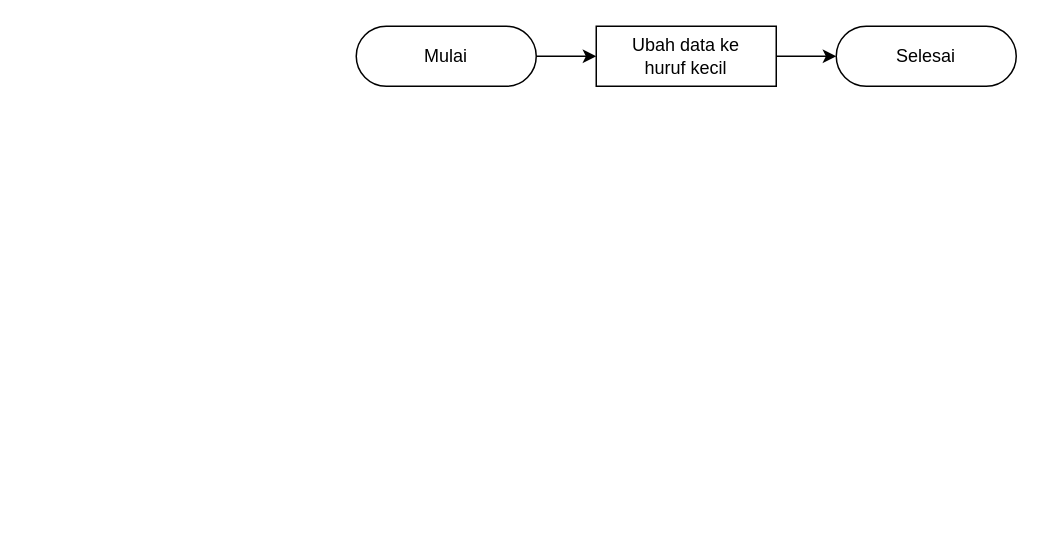
mksyfla/analysis-sentiment-using-svm keeps this draw.io diagram as page "Case Folding" (4 of 9) of Untitled Diagram.drawio. Above is the earlier version. Source tidied: cells renumbered, new cells numbered last; positions are measured from the earlier drawing's top-left corner, leaving out a move shared by most shapes. Both pictures are drawn from the tidied source at 150%, with x=0, y=0 at pixel (356, 26).
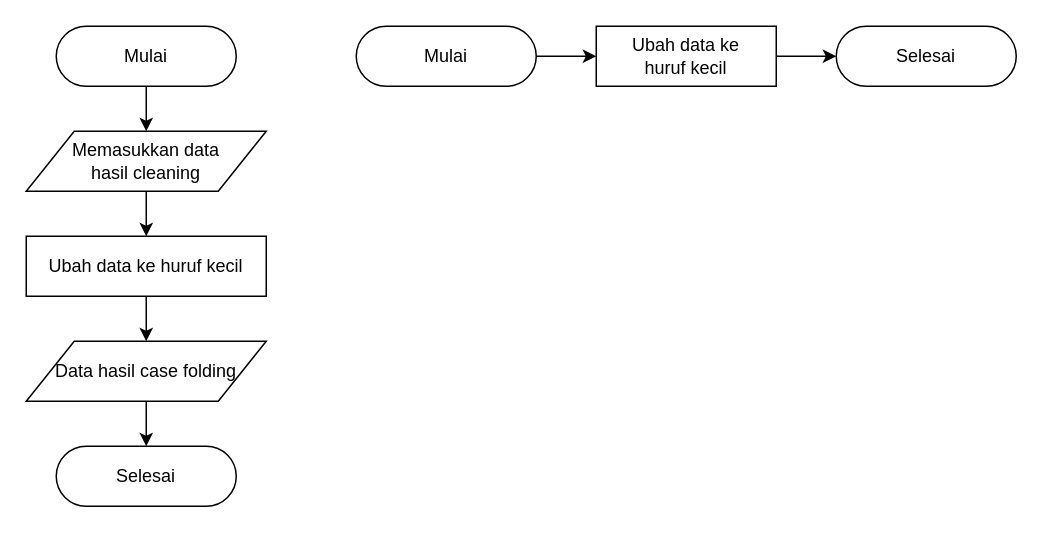
The same page after the edit.

Diff of the diagram source:
```diff
@@
 <mxGraphModel>
   <root>
     <mxCell id="0" />
     <mxCell id="1" parent="0" />
     <mxCell id="2" style="edgeStyle=orthogonalEdgeStyle;rounded=0;jettySize=auto;html=1;" parent="1" edge="1" source="3" target="6">
       <mxGeometry relative="1" as="geometry" />
     </mxCell>
     <mxCell id="3" value="Mulai" style="html=1;dashed=0;whiteSpace=wrap;shape=mxgraph.dfd.start;" parent="1" vertex="1">
       <mxGeometry width="120" height="40" as="geometry" />
     </mxCell>
     <mxCell id="4" value="Selesai" style="html=1;dashed=0;whiteSpace=wrap;shape=mxgraph.dfd.start;" parent="1" vertex="1">
       <mxGeometry x="320" width="120" height="40" as="geometry" />
     </mxCell>
     <mxCell id="5" style="edgeStyle=orthogonalEdgeStyle;rounded=0;jettySize=auto;html=1;" parent="1" edge="1" source="6" target="4">
       <mxGeometry relative="1" as="geometry" />
     </mxCell>
     <mxCell id="6" value="&lt;div&gt;Ubah data ke&lt;/div&gt;&lt;div&gt;huruf kecil&lt;/div&gt;" style="html=1;dashed=0;whiteSpace=wrap;" parent="1" vertex="1">
       <mxGeometry x="160" width="120" height="40" as="geometry" />
     </mxCell>
+    <mxCell id="7" style="edgeStyle=orthogonalEdgeStyle;rounded=0;jettySize=auto;html=1;" parent="1" edge="1" source="8" target="13">
+      <mxGeometry relative="1" as="geometry" />
+    </mxCell>
+    <mxCell id="8" value="Mulai" style="html=1;dashed=0;whiteSpace=wrap;shape=mxgraph.dfd.start;" parent="1" vertex="1">
+      <mxGeometry x="-200" width="120" height="40" as="geometry" />
+    </mxCell>
+    <mxCell id="9" value="Selesai" style="html=1;dashed=0;whiteSpace=wrap;shape=mxgraph.dfd.start;" parent="1" vertex="1">
+      <mxGeometry x="-200" y="280" width="120" height="40" as="geometry" />
+    </mxCell>
+    <mxCell id="10" style="edgeStyle=orthogonalEdgeStyle;rounded=0;jettySize=auto;html=1;" parent="1" edge="1" source="11" target="15">
+      <mxGeometry relative="1" as="geometry" />
+    </mxCell>
+    <mxCell id="11" value="&lt;div&gt;Ubah data ke&amp;nbsp;huruf kecil&lt;/div&gt;" style="html=1;dashed=0;whiteSpace=wrap;" parent="1" vertex="1">
+      <mxGeometry x="-220" y="140" width="160" height="40" as="geometry" />
+    </mxCell>
+    <mxCell id="12" style="edgeStyle=orthogonalEdgeStyle;rounded=0;jettySize=auto;html=1;" parent="1" edge="1" source="13" target="11">
+      <mxGeometry relative="1" as="geometry" />
+    </mxCell>
+    <mxCell id="13" value="&lt;div&gt;Memasukkan data&lt;/div&gt;&lt;div&gt;hasil cleaning&lt;/div&gt;" style="shape=parallelogram;perimeter=parallelogramPerimeter;whiteSpace=wrap;html=1;dashed=0;" parent="1" vertex="1">
+      <mxGeometry x="-220" y="70" width="160" height="40" as="geometry" />
+    </mxCell>
+    <mxCell id="14" style="edgeStyle=orthogonalEdgeStyle;rounded=0;jettySize=auto;html=1;" parent="1" edge="1" source="15" target="9">
+      <mxGeometry relative="1" as="geometry" />
+    </mxCell>
+    <mxCell id="15" value="Data hasil case folding" style="shape=parallelogram;perimeter=parallelogramPerimeter;whiteSpace=wrap;html=1;dashed=0;" parent="1" vertex="1">
+      <mxGeometry x="-220" y="210" width="160" height="40" as="geometry" />
+    </mxCell>
   </root>
 </mxGraphModel>
```
